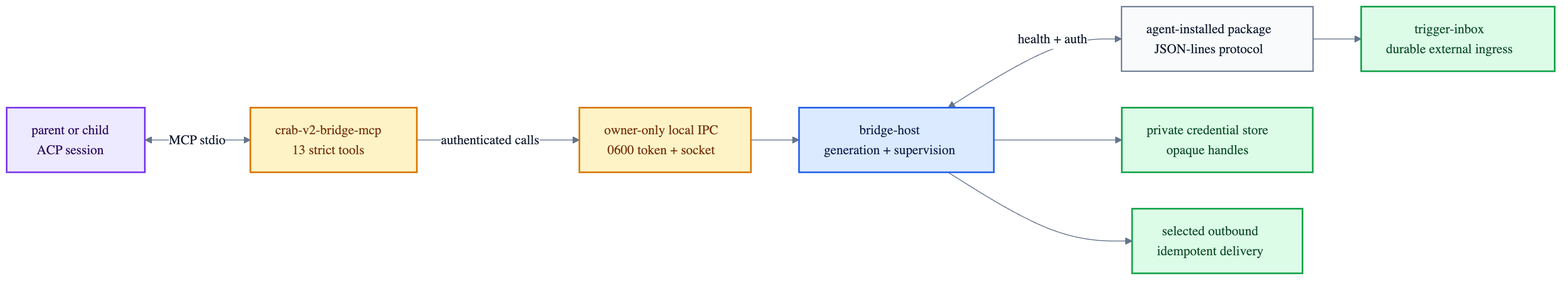
Before: v2/docs/native-bridge-tools-flow.png, a diagram exported from Mermaid (fontanierh/crab). Its source is kept beside it as v2/docs/native-bridge-tools-flow.mmd. The source it was exported from:
```mermaid
%%{init: {"theme": "base", "themeVariables": {"fontFamily": "ui-sans-serif, system-ui, sans-serif", "primaryTextColor": "#172033", "lineColor": "#64748b", "edgeLabelBackground": "#ffffff"}, "flowchart": {"curve": "basis", "nodeSpacing": 44, "rankSpacing": 58}}}%%
flowchart LR
    ACP["parent or child<br/>ACP session"]
    MCP["crab-v2-bridge-mcp<br/>13 strict tools"]
    IPC["owner-only local IPC<br/>0600 token + socket"]
    HOST["bridge-host<br/>generation + supervision"]
    PACKAGE["agent-installed package<br/>JSON-lines protocol"]
    CREDS["private credential store<br/>opaque handles"]
    INGRESS["trigger-inbox<br/>durable external ingress"]
    DELIVERY["selected outbound<br/>idempotent delivery"]

    ACP <-->|"MCP stdio"| MCP
    MCP -->|"authenticated calls"| IPC --> HOST
    HOST <-->|"health + auth"| PACKAGE
    HOST --> CREDS
    PACKAGE --> INGRESS
    HOST --> DELIVERY

    classDef agent fill:#ede9fe,stroke:#7c3aed,stroke-width:2px,color:#2e1065;
    classDef boundary fill:#fef3c7,stroke:#d97706,stroke-width:2px,color:#78350f;
    classDef host fill:#dbeafe,stroke:#2563eb,stroke-width:2px,color:#172554;
    classDef package fill:#f8fafc,stroke:#64748b,stroke-width:1.5px,color:#172033;
    classDef durable fill:#dcfce7,stroke:#16a34a,stroke-width:2px,color:#14532d;
    class ACP agent;
    class MCP,IPC boundary;
    class HOST host;
    class PACKAGE package;
    class CREDS,INGRESS,DELIVERY durable;
```
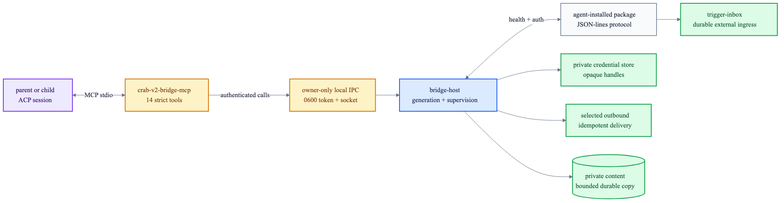
The same file after the commit.

Diff of the diagram source:
```diff
@@ -1,18 +1,20 @@
 %%{init: {"theme": "base", "themeVariables": {"fontFamily": "ui-sans-serif, system-ui, sans-serif", "primaryTextColor": "#172033", "lineColor": "#64748b", "edgeLabelBackground": "#ffffff"}, "flowchart": {"curve": "basis", "nodeSpacing": 44, "rankSpacing": 58}}}%%
 flowchart LR
     ACP["parent or child<br/>ACP session"]
-    MCP["crab-v2-bridge-mcp<br/>13 strict tools"]
+    MCP["crab-v2-bridge-mcp<br/>14 strict tools"]
     IPC["owner-only local IPC<br/>0600 token + socket"]
     HOST["bridge-host<br/>generation + supervision"]
     PACKAGE["agent-installed package<br/>JSON-lines protocol"]
     CREDS["private credential store<br/>opaque handles"]
     INGRESS["trigger-inbox<br/>durable external ingress"]
     DELIVERY["selected outbound<br/>idempotent delivery"]
+    CONTENT[("private content<br/>bounded durable copy")]
 
     ACP <-->|"MCP stdio"| MCP
     MCP -->|"authenticated calls"| IPC --> HOST
     HOST <-->|"health + auth"| PACKAGE
     HOST --> CREDS
+    HOST --> CONTENT
     PACKAGE --> INGRESS
     HOST --> DELIVERY
 
@@ -25,4 +27,4 @@
     class MCP,IPC boundary;
     class HOST host;
     class PACKAGE package;
-    class CREDS,INGRESS,DELIVERY durable;
+    class CREDS,INGRESS,DELIVERY,CONTENT durable;
```
